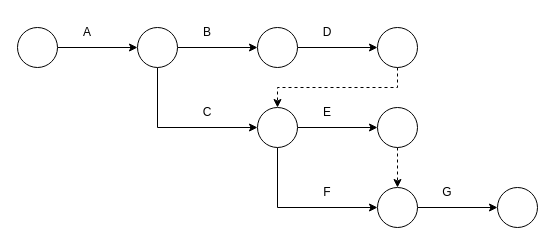
Before: Untitled Diagram.drawio in umiskky/Diagrams, a draw.io diagram. Source tidied: cells renumbered, new cells numbered last; positions are measured from the earlier drawing's top-left corner, leaving out a move shared by most shapes. Both pictures are drawn from the tidied source at 100%, with x=0, y=0 at pixel (17, 17).
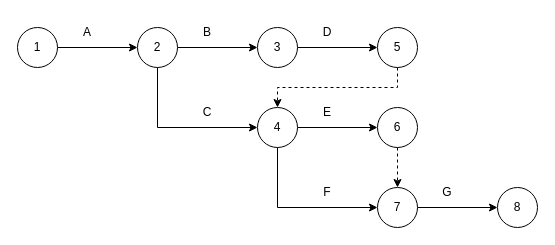
After the change.

Diff of the diagram source:
```diff
@@
-    <mxCell id="3" style="ellipse;whiteSpace=wrap;html=1;" parent="1" vertex="1">
+    <mxCell id="3" value="1" style="ellipse;whiteSpace=wrap;html=1;" parent="1" vertex="1">
       <mxGeometry y="10" width="40" height="40" as="geometry" />
     </mxCell>
@@
-    <mxCell id="5" style="ellipse;whiteSpace=wrap;html=1;" parent="1" vertex="1">
+    <mxCell id="5" value="3" style="ellipse;whiteSpace=wrap;html=1;" parent="1" vertex="1">
       <mxGeometry x="240" y="10" width="40" height="40" as="geometry" />
     </mxCell>
@@
-    <mxCell id="8" style="ellipse;whiteSpace=wrap;html=1;" parent="1" vertex="1">
+    <mxCell id="8" value="2" style="ellipse;whiteSpace=wrap;html=1;" parent="1" vertex="1">
       <mxGeometry x="120" y="10" width="40" height="40" as="geometry" />
     </mxCell>
@@
-    <mxCell id="12" style="ellipse;whiteSpace=wrap;html=1;" parent="1" vertex="1">
+    <mxCell id="12" value="4" style="ellipse;whiteSpace=wrap;html=1;" parent="1" vertex="1">
       <mxGeometry x="240" y="90" width="40" height="40" as="geometry" />
     </mxCell>
@@
-    <mxCell id="16" style="ellipse;whiteSpace=wrap;html=1;" parent="1" vertex="1">
+    <mxCell id="16" value="5" style="ellipse;whiteSpace=wrap;html=1;" parent="1" vertex="1">
       <mxGeometry x="360" y="10" width="40" height="40" as="geometry" />
     </mxCell>
@@
-    <mxCell id="19" style="ellipse;whiteSpace=wrap;html=1;" parent="1" vertex="1">
+    <mxCell id="19" value="6" style="ellipse;whiteSpace=wrap;html=1;" parent="1" vertex="1">
       <mxGeometry x="360" y="90" width="40" height="40" as="geometry" />
     </mxCell>
@@
-    <mxCell id="22" style="ellipse;whiteSpace=wrap;html=1;" parent="1" vertex="1">
+    <mxCell id="22" value="7" style="ellipse;whiteSpace=wrap;html=1;" parent="1" vertex="1">
       <mxGeometry x="360" y="170" width="40" height="40" as="geometry" />
     </mxCell>
@@
-    <mxCell id="24" style="ellipse;whiteSpace=wrap;html=1;" parent="1" vertex="1">
+    <mxCell id="24" value="8" style="ellipse;whiteSpace=wrap;html=1;" parent="1" vertex="1">
       <mxGeometry x="480" y="170" width="40" height="40" as="geometry" />
     </mxCell>
```
